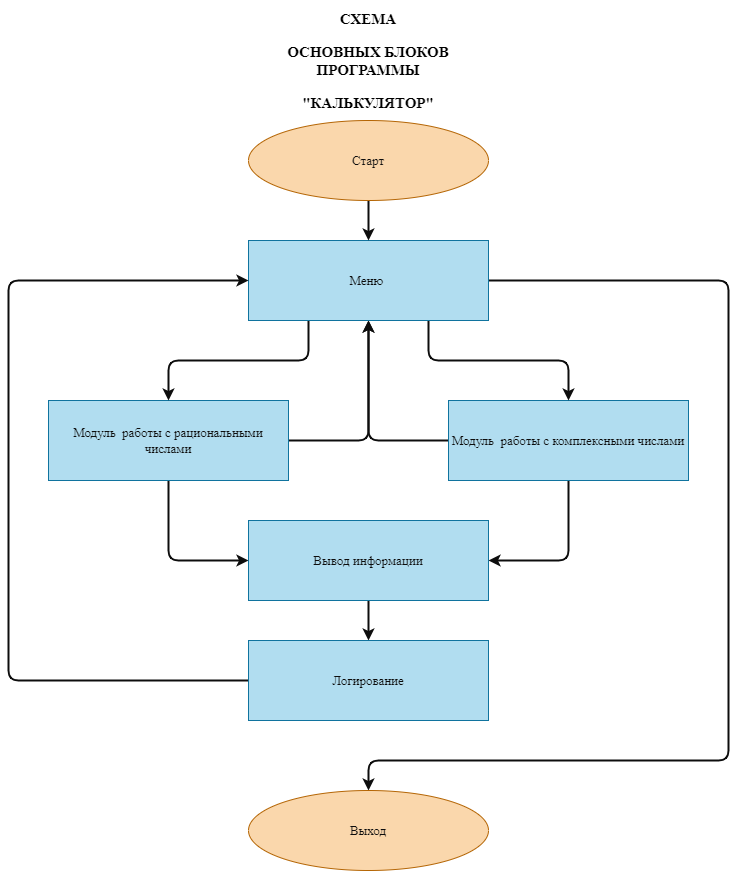
shytsko/Room5Calc-1 keeps this draw.io diagram as Calc.drawio.png. Above is the earlier version. Source tidied: cells renumbered, new cells last; positions are measured from the earlier drawing's top-left corner, leaving out a move shared by most shapes.
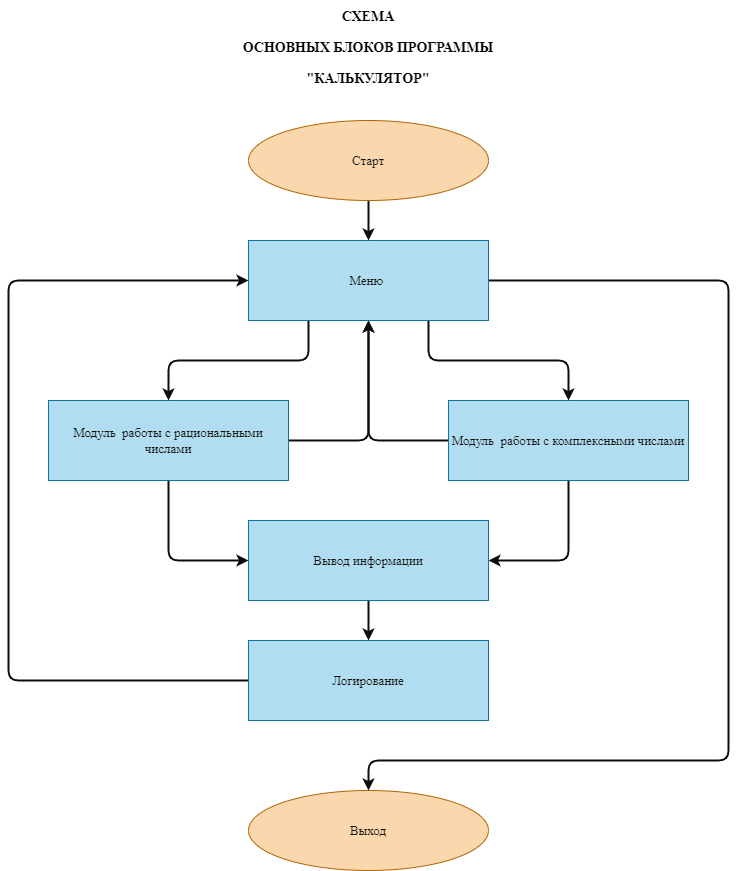
After the commit.

Commit message:
Блок-схема

Change to the diagram source:
```diff
@@ -90,7 +90,7 @@
     <mxCell id="18" value="Логирование" style="rounded=0;whiteSpace=wrap;html=1;strokeColor=#10739e;fillColor=#b1ddf0;fontColor=#0D0D0D;fontFamily=Times New Roman;fontSize=13;" parent="1" vertex="1">
       <mxGeometry x="240" y="630" width="240" height="80" as="geometry" />
     </mxCell>
-    <mxCell id="19" value="&lt;h1 style=&quot;font-size: 15px&quot;&gt;СХЕМА&lt;/h1&gt;&lt;p style=&quot;font-size: 15px&quot;&gt;ОСНОВНЫХ БЛОКОВ ПРОГРАММЫ&lt;/p&gt;&lt;p style=&quot;font-size: 15px&quot;&gt;&quot;КАЛЬКУЛЯТОР&quot;&lt;/p&gt;" style="text;html=1;strokeColor=none;fillColor=none;spacing=5;spacingTop=-20;whiteSpace=wrap;overflow=hidden;rounded=0;fontFamily=Times New Roman;fontStyle=1;fontColor=#000000;align=center;fontSize=15;" parent="1" vertex="1">
+    <mxCell id="19" value="&lt;h1 style=&quot;font-size: 14px&quot;&gt;&lt;font style=&quot;font-size: 14px&quot;&gt;СХЕМА&lt;/font&gt;&lt;/h1&gt;&lt;p style=&quot;font-size: 14px&quot;&gt;&lt;font style=&quot;font-size: 14px&quot;&gt;ОСНОВНЫХ БЛОКОВ ПРОГРАММЫ&lt;/font&gt;&lt;/p&gt;&lt;p style=&quot;font-size: 14px&quot;&gt;&lt;font style=&quot;font-size: 14px&quot;&gt;&quot;КАЛЬКУЛЯТОР&quot;&lt;/font&gt;&lt;/p&gt;" style="text;html=1;strokeColor=none;fillColor=none;spacing=5;spacingTop=-20;whiteSpace=wrap;overflow=hidden;rounded=0;fontFamily=Times New Roman;fontStyle=1;fontColor=#000000;align=center;fontSize=15;" parent="1" vertex="1">
       <mxGeometry x="230" width="260" height="100" as="geometry" />
     </mxCell>
   </root>
```
